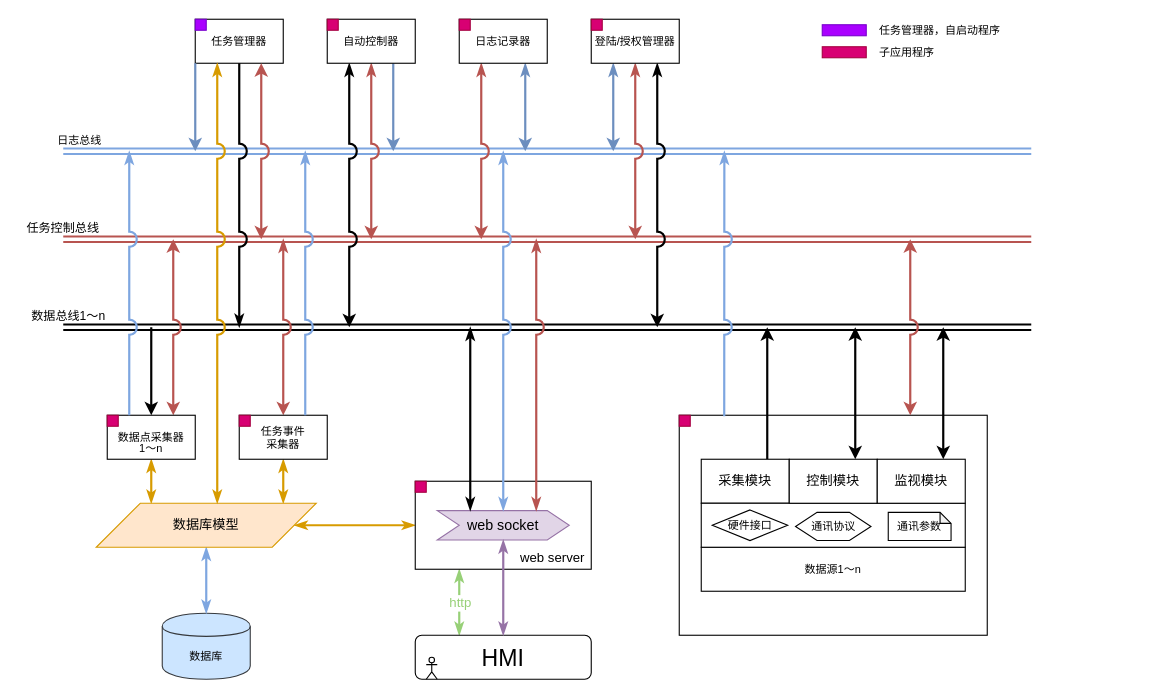
Above: 未命名绘图.drawio in bedreamer/draw.io (draw.io), before the change. Source tidied: cells renumbered, new cells numbered last; positions are measured from the earlier drawing's top-left corner, leaving out a move shared by most shapes. Both pictures are drawn from the tidied source at 110%, with x=0, y=0 at pixel (19, 19).
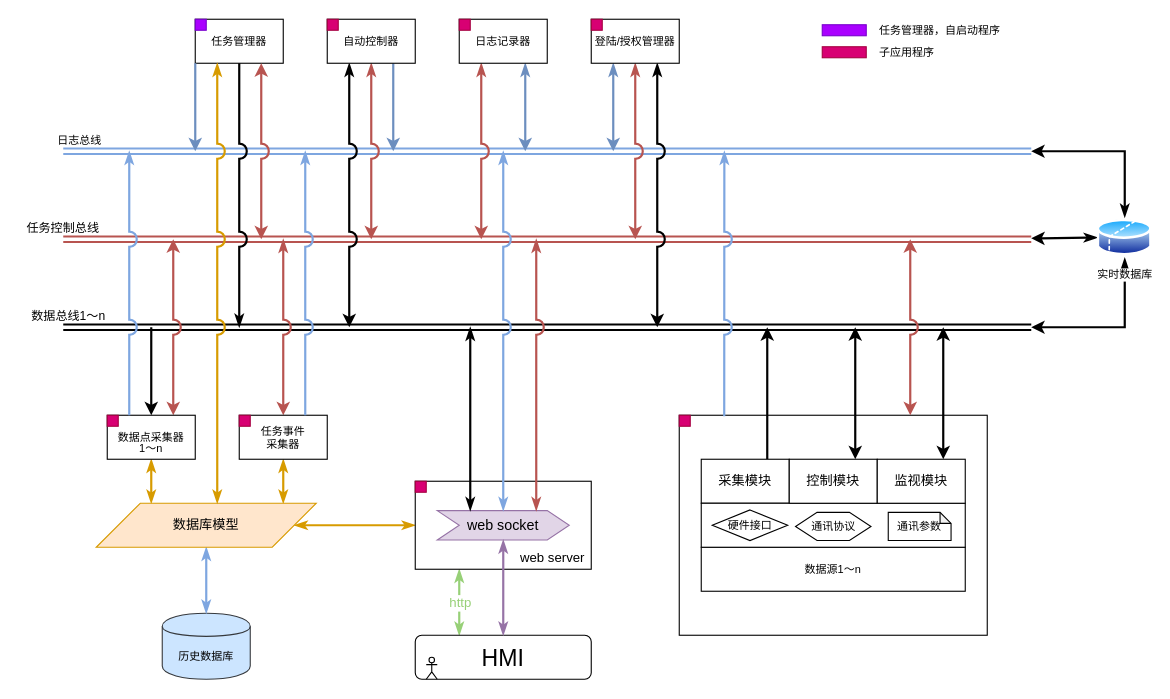
The same diagram, later.

Commit message:
更新未命名绘图.drawio

Diff of the diagram source:
```diff
@@
-    <mxCell id="3" value="数据库" style="shape=cylinder;whiteSpace=wrap;html=1;boundedLbl=1;backgroundOutline=1;fillColor=#cce5ff;strokeColor=#36393d;fontSize=10;" parent="1" vertex="1">
+    <mxCell id="3" value="历史数据库" style="shape=cylinder;whiteSpace=wrap;html=1;boundedLbl=1;backgroundOutline=1;fillColor=#cce5ff;strokeColor=#36393d;fontSize=10;" parent="1" vertex="1">
       <mxGeometry x="130" y="540" width="80" height="60" as="geometry" />
     </mxCell>
@@
+    <mxCell id="81" style="edgeStyle=orthogonalEdgeStyle;rounded=0;jumpStyle=arc;jumpSize=12;jettySize=auto;html=1;exitX=0.5;exitY=0;exitDx=0;exitDy=0;startArrow=classicThin;startFill=1;strokeWidth=2;fontSize=10;" parent="1" edge="1" source="84">
+      <mxGeometry relative="1" as="geometry">
+        <mxPoint x="920" y="120" as="targetPoint" />
+        <Array as="points">
+          <mxPoint x="1005" y="120" />
+        </Array>
+      </mxGeometry>
+    </mxCell>
+    <mxCell id="82" style="edgeStyle=orthogonalEdgeStyle;rounded=0;jumpStyle=arc;jumpSize=12;jettySize=auto;html=1;exitX=0.5;exitY=1;exitDx=0;exitDy=0;startArrow=classicThin;startFill=1;strokeWidth=2;fontSize=10;" parent="1" edge="1" source="84">
+      <mxGeometry relative="1" as="geometry">
+        <mxPoint x="920" y="280" as="targetPoint" />
+        <Array as="points">
+          <mxPoint x="1005" y="280" />
+        </Array>
+      </mxGeometry>
+    </mxCell>
+    <mxCell id="83" style="edgeStyle=orthogonalEdgeStyle;rounded=0;jumpStyle=arc;jumpSize=12;jettySize=auto;html=1;exitX=0;exitY=0.5;exitDx=0;exitDy=0;startArrow=classicThin;startFill=1;strokeWidth=2;fontSize=10;" parent="1" edge="1" source="84">
+      <mxGeometry relative="1" as="geometry">
+        <mxPoint x="920" y="199" as="targetPoint" />
+      </mxGeometry>
+    </mxCell>
+    <mxCell id="84" value="实时数据库" style="perimeter=ellipsePerimeter;html=1;align=center;shadow=0;dashed=0;spacingTop=3;image;image=img/lib/active_directory/database_partition_2.svg;strokeColor=#000000;fontSize=10;" parent="1" vertex="1">
+      <mxGeometry x="980" y="180" width="50" height="37" as="geometry" />
+    </mxCell>
```
